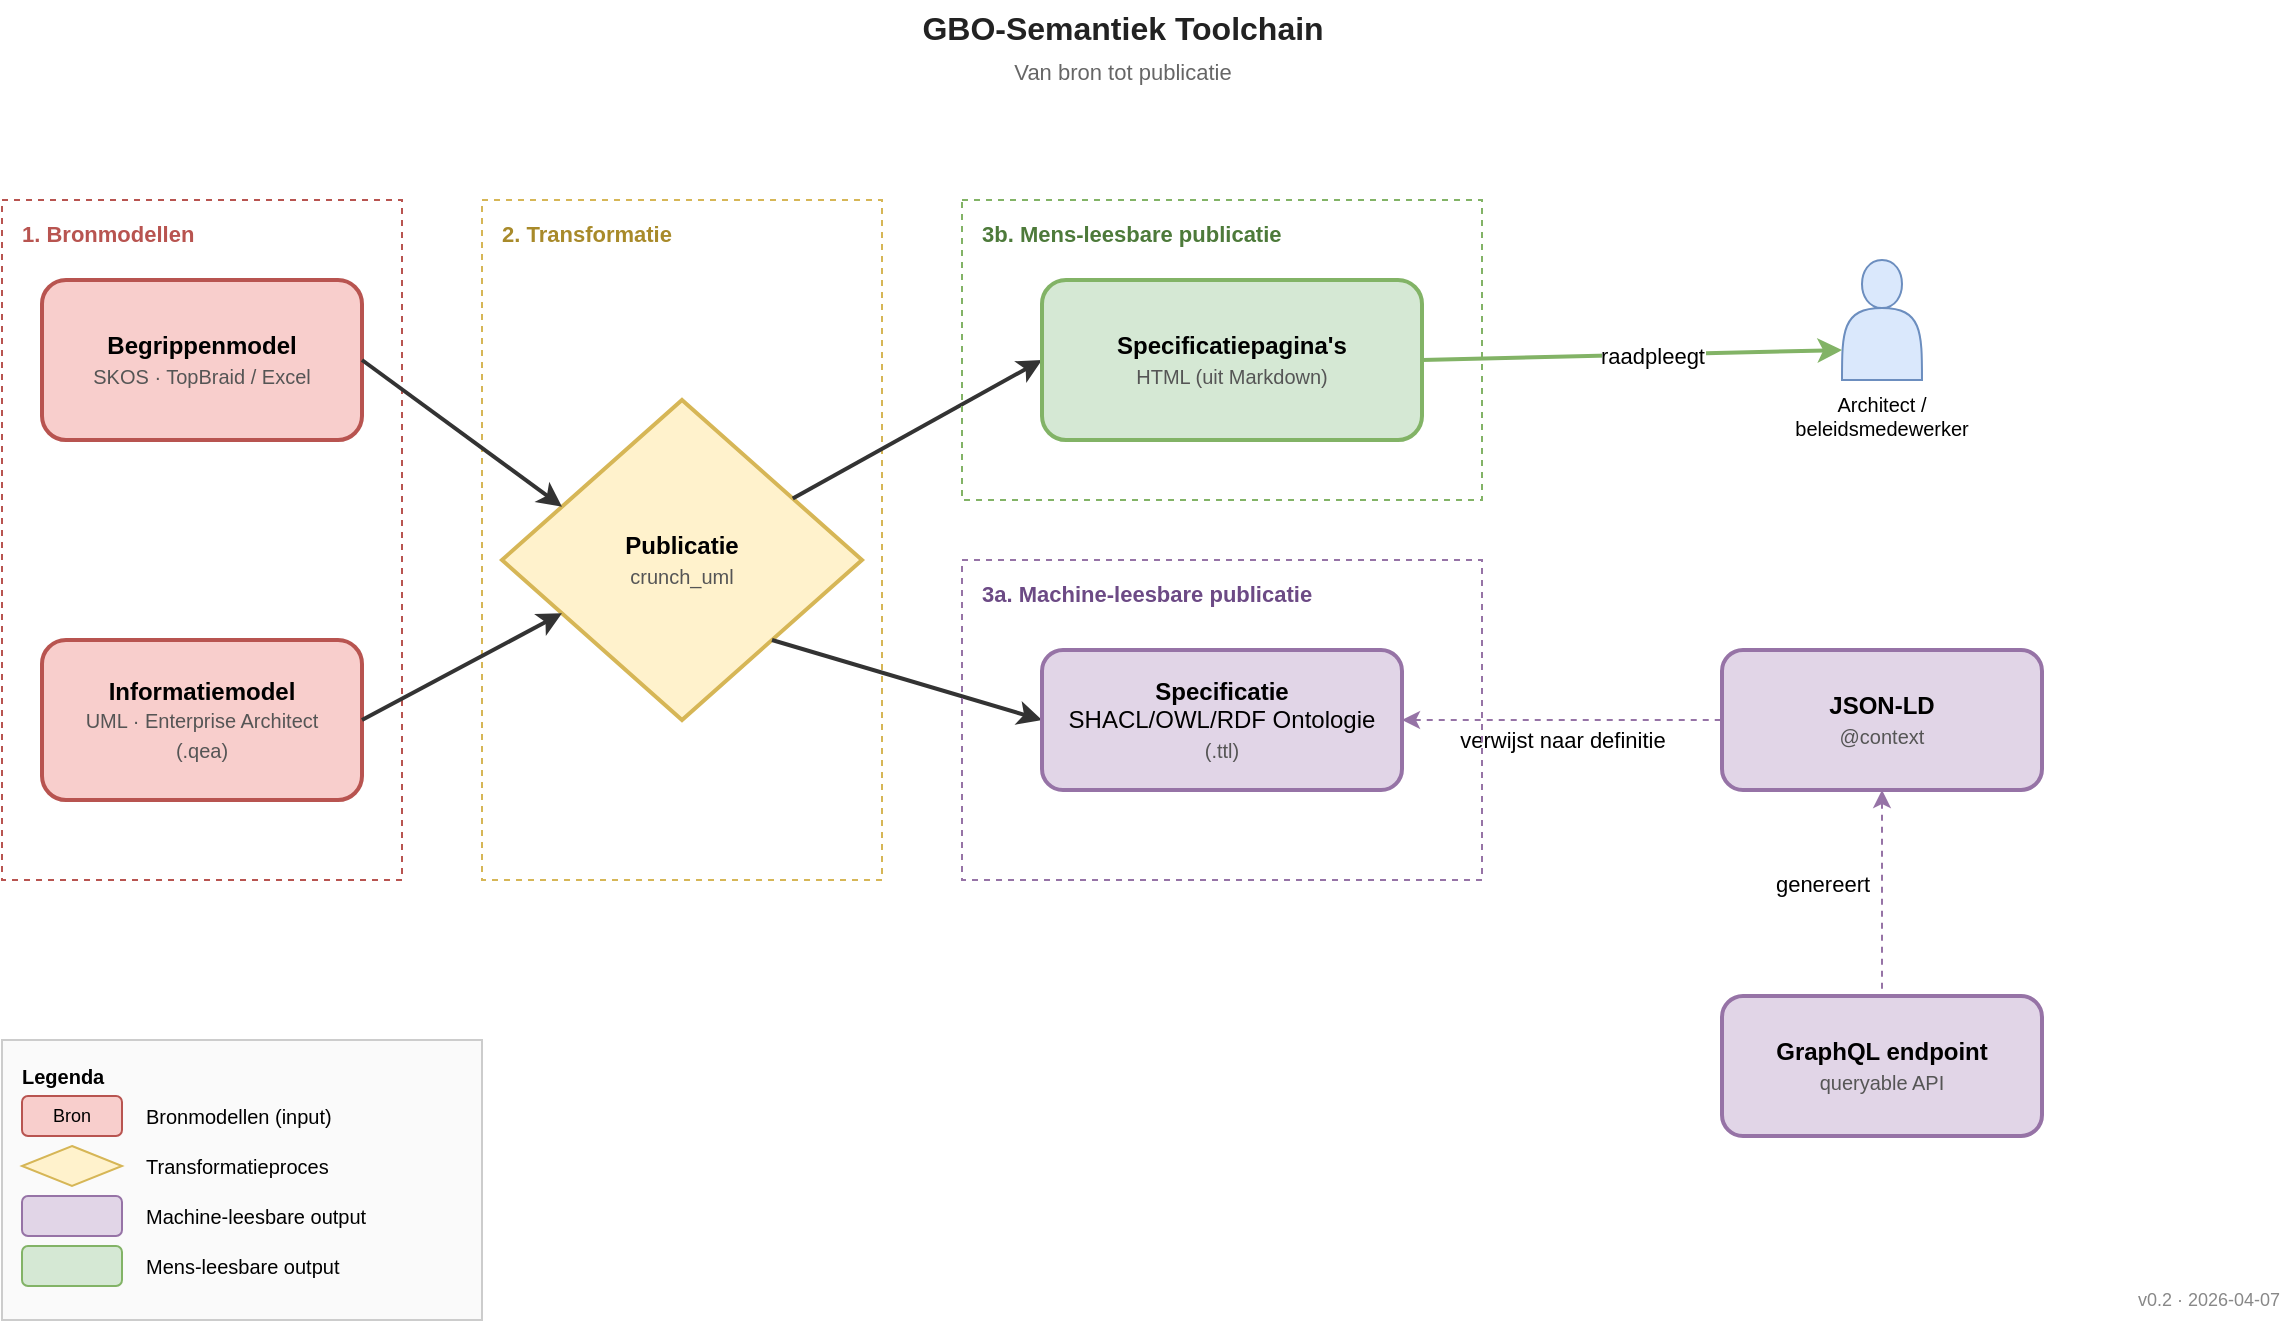
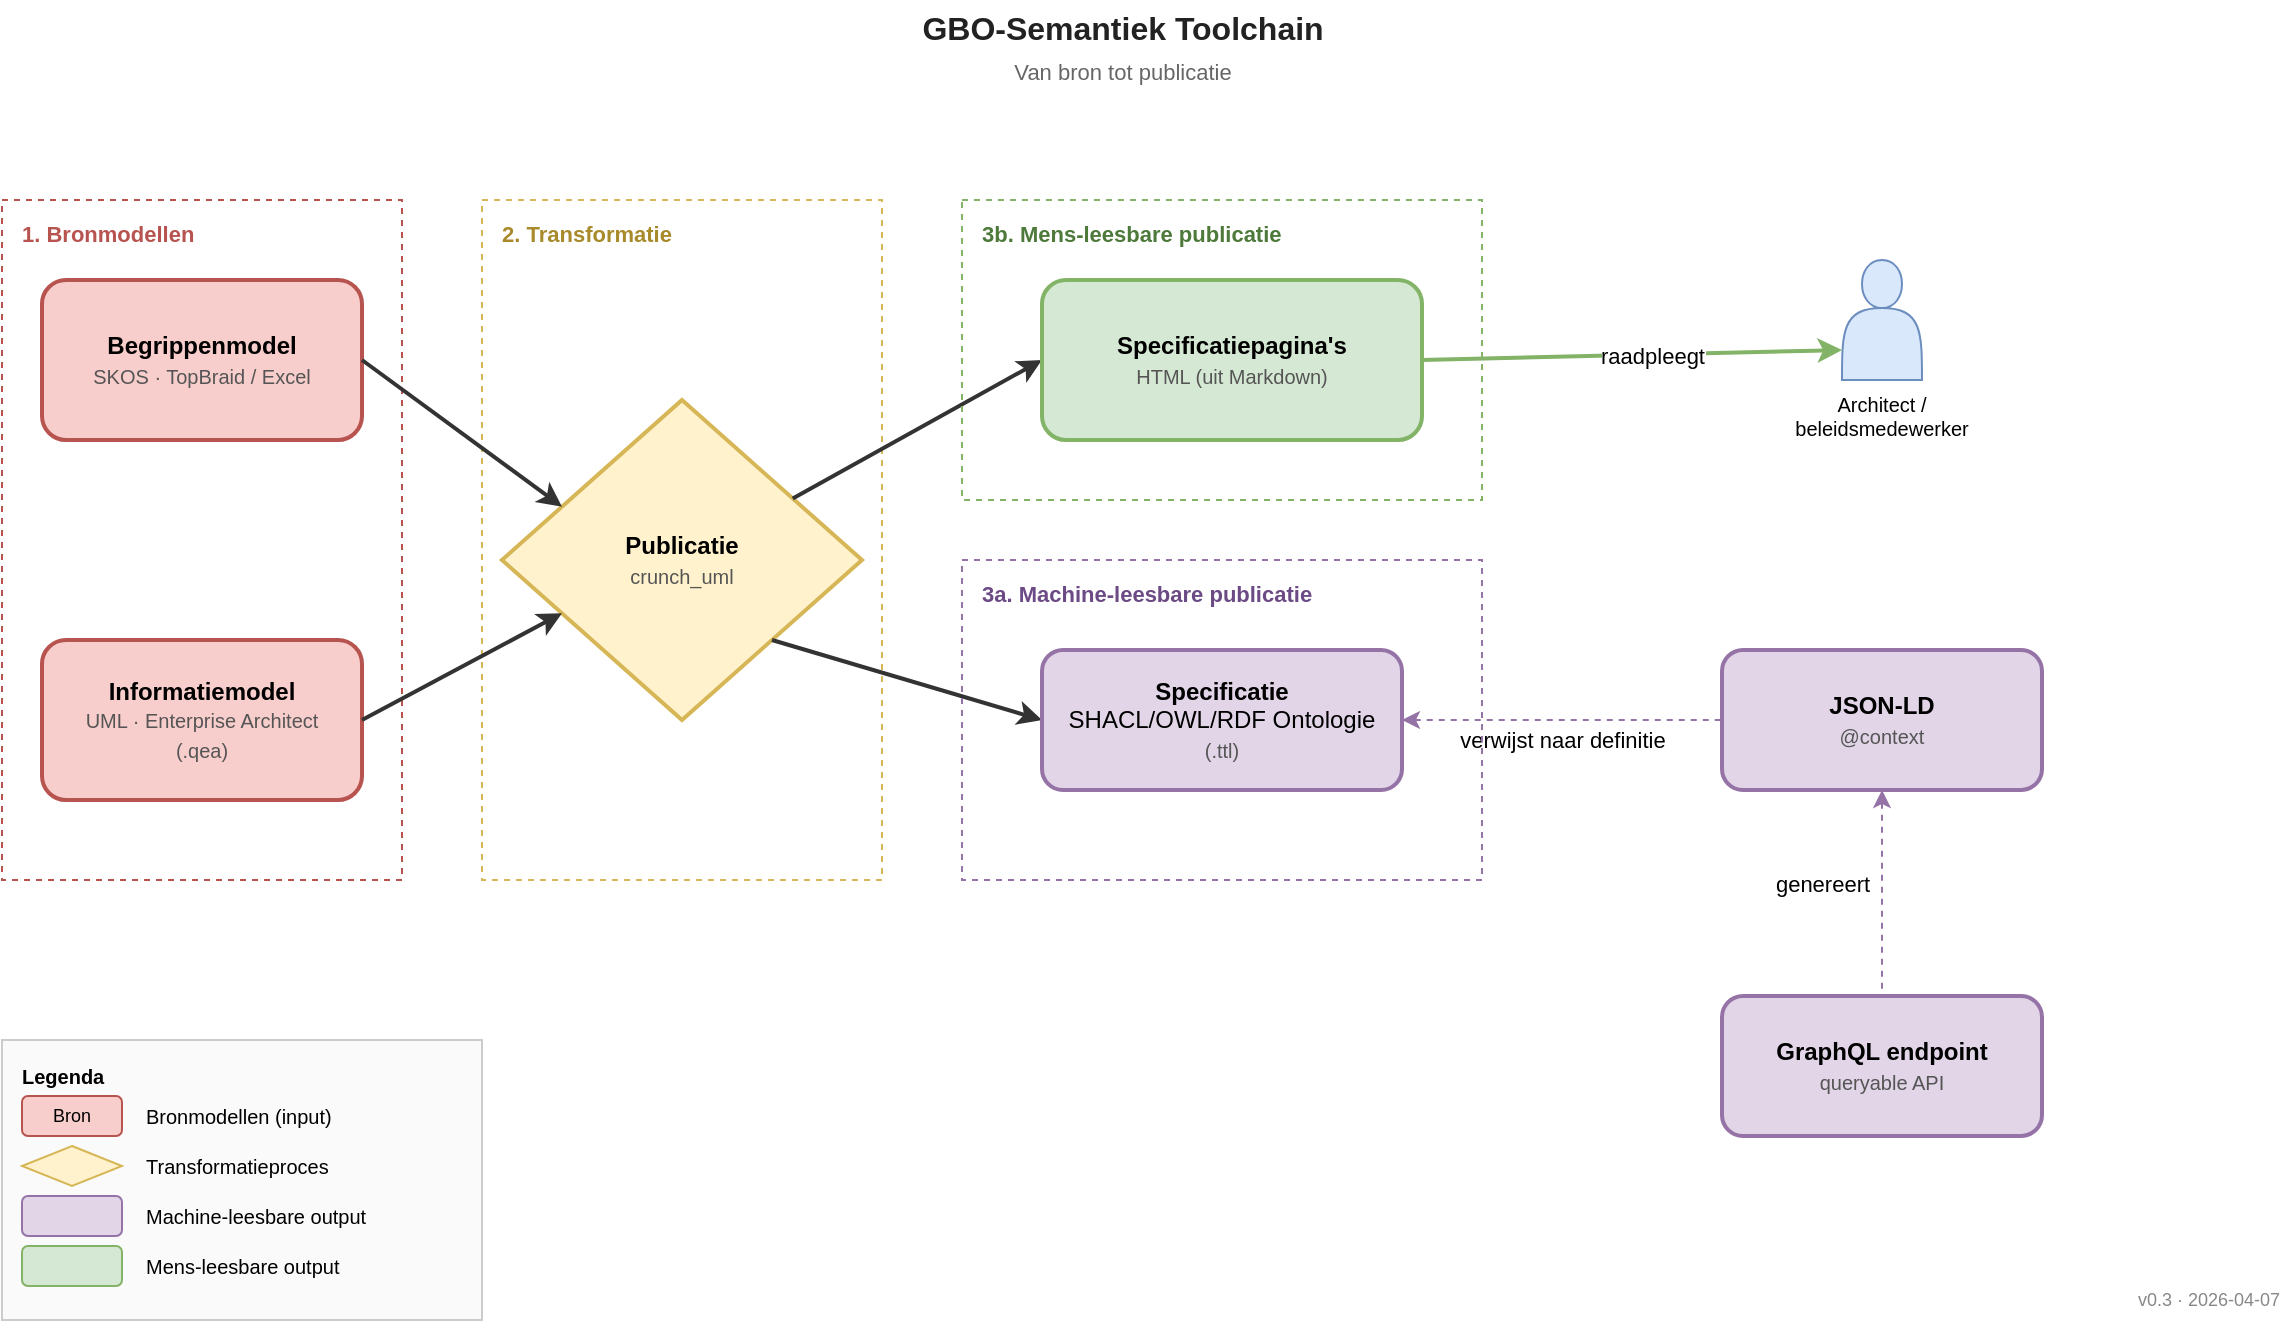
<mxfile host="Electron" agent="Mozilla/5.0 (Macintosh; Intel Mac OS X 10_15_7) AppleWebKit/537.36 (KHTML, like Gecko) draw.io/29.6.6 Chrome/144.0.7559.236 Electron/40.8.4 Safari/537.36" version="29.6.6">
  <diagram name="GBO-Semantiek Toolchain" id="gbo-toolchain">
    <mxGraphModel dx="1198" dy="914" grid="1" gridSize="10" guides="1" tooltips="1" connect="1" arrows="1" fold="1" page="1" pageScale="1" pageWidth="1200" pageHeight="700" math="0" shadow="0">
      <root>
        <mxCell id="0" />
        <mxCell id="1" parent="0" />
        <mxCell id="title" parent="1" style="text;html=1;align=center;verticalAlign=middle;resizable=0;points=[];autosize=1;strokeColor=none;fillColor=none;fontSize=16;fontColor=#222222;" value="&lt;b&gt;GBO-Semantiek Toolchain&lt;/b&gt;&lt;br&gt;&lt;font style=&quot;font-size:11px;color:#666&quot;&gt;Van bron tot publicatie&lt;/font&gt;" vertex="1">
          <mxGeometry height="48" width="360" x="420" y="20" as="geometry" />
        </mxCell>
        <mxCell id="lane-bron" parent="1" style="rounded=0;whiteSpace=wrap;html=1;fillColor=none;strokeColor=#b85450;strokeWidth=1;dashed=1;verticalAlign=top;fontSize=11;fontColor=#b85450;align=left;spacingLeft=8;spacingTop=4;" value="&lt;b&gt;1. Bronmodellen&lt;/b&gt;" vertex="1">
          <mxGeometry height="340" width="200" x="40" y="120" as="geometry" />
        </mxCell>
        <mxCell id="begrippen" parent="1" style="rounded=1;whiteSpace=wrap;html=1;fillColor=#f8cecc;strokeColor=#b85450;strokeWidth=2;verticalAlign=middle;fontSize=12;" value="&lt;b&gt;Begrippenmodel&lt;/b&gt;&lt;br&gt;&lt;font style=&quot;font-size:10px;color:#555&quot;&gt;SKOS · TopBraid / Excel&lt;/font&gt;" vertex="1">
          <mxGeometry height="80" width="160" x="60" y="160" as="geometry" />
        </mxCell>
        <mxCell id="informatie" parent="1" style="rounded=1;whiteSpace=wrap;html=1;fillColor=#f8cecc;strokeColor=#b85450;strokeWidth=2;verticalAlign=middle;fontSize=12;" value="&lt;b&gt;Informatiemodel&lt;/b&gt;&lt;br&gt;&lt;font style=&quot;font-size:10px;color:#555&quot;&gt;UML · Enterprise Architect&lt;br&gt;(.qea)&lt;/font&gt;" vertex="1">
          <mxGeometry height="80" width="160" x="60" y="340" as="geometry" />
        </mxCell>
        <mxCell id="lane-trans" parent="1" style="rounded=0;whiteSpace=wrap;html=1;fillColor=none;strokeColor=#d6b656;strokeWidth=1;dashed=1;verticalAlign=top;fontSize=11;fontColor=#a88a2a;align=left;spacingLeft=8;spacingTop=4;" value="&lt;b&gt;2. Transformatie&lt;/b&gt;" vertex="1">
          <mxGeometry height="340" width="200" x="280" y="120" as="geometry" />
        </mxCell>
        <mxCell id="transform" parent="1" style="rhombus;whiteSpace=wrap;html=1;fillColor=#fff2cc;strokeColor=#d6b656;strokeWidth=2;verticalAlign=middle;fontSize=12;" value="&lt;b&gt;Publicatie&lt;/b&gt;&lt;br&gt;&lt;font style=&quot;font-size:10px;color:#555&quot;&gt;crunch_uml&lt;/font&gt;" vertex="1">
          <mxGeometry height="160" width="180" x="290" y="220" as="geometry" />
        </mxCell>
        <mxCell id="jsonld" parent="1" style="rounded=1;whiteSpace=wrap;html=1;fillColor=#e1d5e7;strokeColor=#9673a6;strokeWidth=2;verticalAlign=middle;fontSize=12;" value="&lt;b&gt;JSON-LD&lt;/b&gt;&lt;br&gt;&lt;font style=&quot;font-size:10px;color:#555&quot;&gt;@context&lt;/font&gt;" vertex="1">
          <mxGeometry height="70" width="160" x="900" y="345" as="geometry" />
        </mxCell>
        <mxCell id="graphql" parent="1" style="rounded=1;whiteSpace=wrap;html=1;fillColor=#e1d5e7;strokeColor=#9673a6;strokeWidth=2;verticalAlign=middle;fontSize=12;" value="&lt;b&gt;GraphQL endpoint&lt;/b&gt;&lt;br&gt;&lt;font style=&quot;font-size:10px;color:#555&quot;&gt;queryable API&lt;/font&gt;" vertex="1">
          <mxGeometry height="70" width="160" x="900" y="518" as="geometry" />
        </mxCell>
        <mxCell id="actor-mens" parent="1" style="shape=actor;whiteSpace=wrap;html=1;fillColor=#dae8fc;strokeColor=#6c8ebf;verticalLabelPosition=bottom;verticalAlign=top;fontSize=10;" value="Architect /&lt;br&gt;beleidsmedewerker" vertex="1">
          <mxGeometry height="60" width="40" x="960" y="150" as="geometry" />
        </mxCell>
        <mxCell id="e1" edge="1" parent="1" source="begrippen" style="endArrow=classic;html=1;strokeColor=#333333;strokeWidth=2;exitX=1;exitY=0.5;exitDx=0;exitDy=0;entryX=0;entryY=0.25;entryDx=0;entryDy=0;" target="transform">
          <mxGeometry relative="1" as="geometry" />
        </mxCell>
        <mxCell id="e2" edge="1" parent="1" source="informatie" style="endArrow=classic;html=1;strokeColor=#333333;strokeWidth=2;exitX=1;exitY=0.5;exitDx=0;exitDy=0;entryX=0;entryY=0.75;entryDx=0;entryDy=0;" target="transform">
          <mxGeometry relative="1" as="geometry" />
        </mxCell>
        <mxCell id="e3" edge="1" parent="1" source="transform" style="endArrow=classic;html=1;strokeColor=#333333;strokeWidth=2;exitX=1;exitY=1;exitDx=0;exitDy=0;entryX=0;entryY=0.5;entryDx=0;entryDy=0;" target="turtle">
          <mxGeometry relative="1" as="geometry" />
        </mxCell>
        <mxCell id="e4" edge="1" parent="1" source="transform" style="endArrow=classic;html=1;strokeColor=#333333;strokeWidth=2;entryX=0;entryY=0.5;entryDx=0;entryDy=0;" target="html">
          <mxGeometry relative="1" as="geometry" />
        </mxCell>
        <mxCell id="e5" edge="1" parent="1" source="turtle" style="endArrow=none;html=1;strokeColor=#9673a6;strokeWidth=1;dashed=1;exitX=1;exitY=0.5;exitDx=0;exitDy=0;entryX=0;entryY=0.5;entryDx=0;entryDy=0;startArrow=classic;startFill=1;endFill=0;" target="jsonld" value="verwijst naar definitie">
          <mxGeometry relative="1" y="-10" as="geometry">
            <mxPoint as="offset" />
          </mxGeometry>
        </mxCell>
        <mxCell id="e6" edge="1" parent="1" source="jsonld" style="endArrow=none;html=1;strokeColor=#9673a6;strokeWidth=1;dashed=1;entryX=0.5;entryY=0;entryDx=0;entryDy=0;startArrow=classic;startFill=1;endFill=0;" target="graphql" value="genereert">
          <mxGeometry relative="1" x="-0.0909" y="-30" as="geometry">
            <mxPoint as="offset" />
          </mxGeometry>
        </mxCell>
        <mxCell id="e7" edge="1" parent="1" source="html" style="endArrow=classic;html=1;strokeColor=#82b366;strokeWidth=2;exitX=1;exitY=0.5;exitDx=0;exitDy=0;entryX=0;entryY=0.75;entryDx=0;entryDy=0;" target="actor-mens" value="raadpleegt">
          <mxGeometry relative="1" as="geometry">
            <mxPoint x="10" as="offset" />
          </mxGeometry>
        </mxCell>
        <mxCell id="legend-box" parent="1" style="rounded=0;whiteSpace=wrap;html=1;fillColor=#fafafa;strokeColor=#cccccc;strokeWidth=1;verticalAlign=top;align=left;fontSize=10;spacingLeft=8;spacingTop=6;" value="&lt;b&gt;Legenda&lt;/b&gt;" vertex="1">
          <mxGeometry height="140" width="240" x="40" y="540" as="geometry" />
        </mxCell>
        <mxCell id="leg1" parent="1" style="rounded=1;whiteSpace=wrap;html=1;fillColor=#f8cecc;strokeColor=#b85450;strokeWidth=1;fontSize=9;" value="Bron" vertex="1">
          <mxGeometry height="20" width="50" x="50" y="568" as="geometry" />
        </mxCell>
        <mxCell id="leg1t" parent="1" style="text;html=1;align=left;verticalAlign=middle;strokeColor=none;fillColor=none;fontSize=10;" value="Bronmodellen (input)" vertex="1">
          <mxGeometry height="20" width="160" x="110" y="568" as="geometry" />
        </mxCell>
        <mxCell id="leg2" parent="1" style="rhombus;whiteSpace=wrap;html=1;fillColor=#fff2cc;strokeColor=#d6b656;strokeWidth=1;fontSize=9;" value="" vertex="1">
          <mxGeometry height="20" width="50" x="50" y="593" as="geometry" />
        </mxCell>
        <mxCell id="leg2t" parent="1" style="text;html=1;align=left;verticalAlign=middle;strokeColor=none;fillColor=none;fontSize=10;" value="Transformatieproces" vertex="1">
          <mxGeometry height="20" width="160" x="110" y="593" as="geometry" />
        </mxCell>
        <mxCell id="leg3" parent="1" style="rounded=1;whiteSpace=wrap;html=1;fillColor=#e1d5e7;strokeColor=#9673a6;strokeWidth=1;fontSize=9;" value="" vertex="1">
          <mxGeometry height="20" width="50" x="50" y="618" as="geometry" />
        </mxCell>
        <mxCell id="leg3t" parent="1" style="text;html=1;align=left;verticalAlign=middle;strokeColor=none;fillColor=none;fontSize=10;" value="Machine-leesbare output" vertex="1">
          <mxGeometry height="20" width="160" x="110" y="618" as="geometry" />
        </mxCell>
        <mxCell id="leg4" parent="1" style="rounded=1;whiteSpace=wrap;html=1;fillColor=#d5e8d4;strokeColor=#82b366;strokeWidth=1;fontSize=9;" value="" vertex="1">
          <mxGeometry height="20" width="50" x="50" y="643" as="geometry" />
        </mxCell>
        <mxCell id="leg4t" parent="1" style="text;html=1;align=left;verticalAlign=middle;strokeColor=none;fillColor=none;fontSize=10;" value="Mens-leesbare output" vertex="1">
          <mxGeometry height="20" width="160" x="110" y="643" as="geometry" />
        </mxCell>
-         <mxCell id="version" parent="1" style="text;html=1;align=right;verticalAlign=middle;strokeColor=none;fillColor=none;fontSize=9;fontColor=#888888;" value="v0.2 · 2026-04-07" vertex="1">
+         <mxCell id="version" parent="1" style="text;html=1;align=right;verticalAlign=middle;strokeColor=none;fillColor=none;fontSize=9;fontColor=#888888;" value="v0.3 · 2026-04-07" vertex="1">
          <mxGeometry height="20" width="160" x="1020" y="660" as="geometry" />
        </mxCell>
        <mxCell id="Qrr8wJZB_Ku0b79N1wXa-1" connectable="0" parent="1" style="group" value="" vertex="1">
          <mxGeometry height="150" width="260" x="520" y="120" as="geometry" />
        </mxCell>
        <mxCell id="lane-human" parent="Qrr8wJZB_Ku0b79N1wXa-1" style="rounded=0;whiteSpace=wrap;html=1;fillColor=none;strokeColor=#82b366;strokeWidth=1;dashed=1;verticalAlign=top;fontSize=11;fontColor=#4d7a3a;align=left;spacingLeft=8;spacingTop=4;" value="&lt;b&gt;3b. Mens-leesbare publicatie&lt;/b&gt;" vertex="1">
          <mxGeometry height="150" width="260" as="geometry" />
        </mxCell>
        <mxCell id="html" parent="Qrr8wJZB_Ku0b79N1wXa-1" style="rounded=1;whiteSpace=wrap;html=1;fillColor=#d5e8d4;strokeColor=#82b366;strokeWidth=2;verticalAlign=middle;fontSize=12;" value="&lt;b&gt;Specificatiepagina&#39;s&lt;/b&gt;&lt;br&gt;&lt;font style=&quot;font-size:10px;color:#555&quot;&gt;HTML (uit Markdown)&lt;/font&gt;" vertex="1">
          <mxGeometry height="80" width="190" x="40" y="40" as="geometry" />
        </mxCell>
        <mxCell id="Qrr8wJZB_Ku0b79N1wXa-2" connectable="0" parent="1" style="group" value="" vertex="1">
          <mxGeometry height="160" width="260" x="520" y="300" as="geometry" />
        </mxCell>
        <mxCell id="lane-machine" parent="Qrr8wJZB_Ku0b79N1wXa-2" style="rounded=0;whiteSpace=wrap;html=1;fillColor=none;strokeColor=#9673a6;strokeWidth=1;dashed=1;verticalAlign=top;fontSize=11;fontColor=#6c4a85;align=left;spacingLeft=8;spacingTop=4;" value="&lt;b&gt;3a. Machine-leesbare publicatie&lt;/b&gt;" vertex="1">
          <mxGeometry height="160" width="260" as="geometry" />
        </mxCell>
        <mxCell id="turtle" parent="Qrr8wJZB_Ku0b79N1wXa-2" style="rounded=1;whiteSpace=wrap;html=1;fillColor=#e1d5e7;strokeColor=#9673a6;strokeWidth=2;verticalAlign=middle;fontSize=12;" value="&lt;b&gt;Specificatie&lt;/b&gt;&lt;div&gt;SHACL/OWL/RDF Ontologie&lt;br&gt;&lt;font style=&quot;font-size:10px;color:#555&quot;&gt;(.ttl)&lt;/font&gt;&lt;/div&gt;" vertex="1">
          <mxGeometry height="70" width="180" x="40" y="45" as="geometry" />
        </mxCell>
      </root>
    </mxGraphModel>
  </diagram>
</mxfile>
